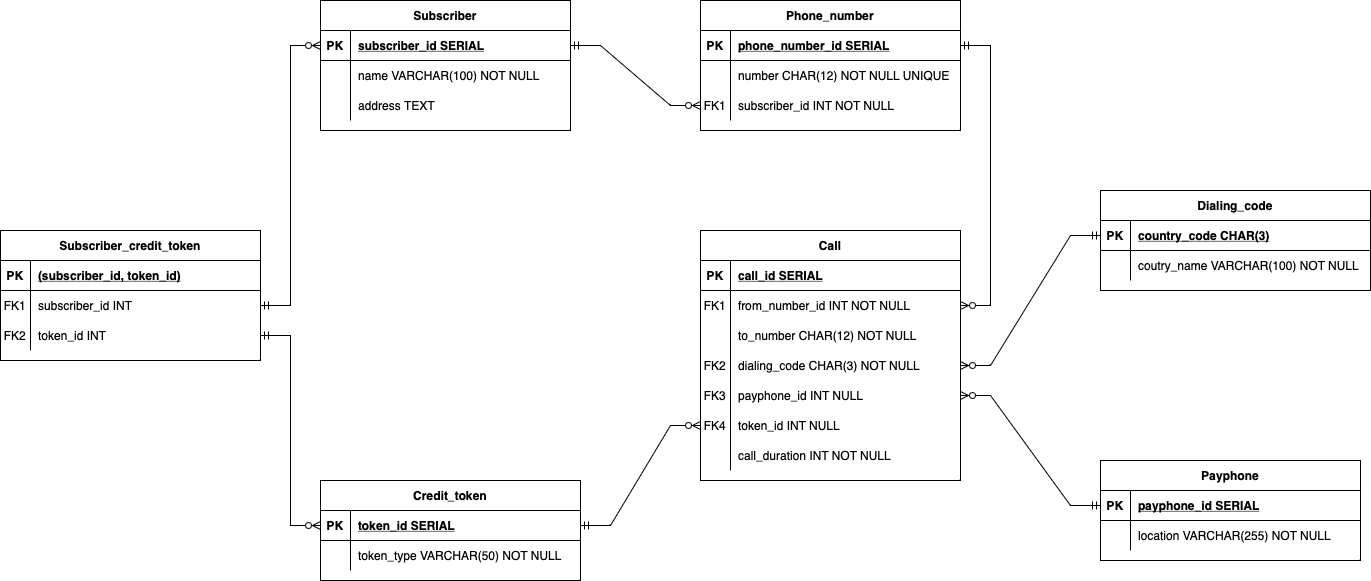
razgonyaevm/lab_bd keeps this draw.io diagram as lab1/diagrams/dl_diagram.drawio.png. Above is the earlier version. Source tidied: cells renumbered, new cells last; positions are measured from the earlier drawing's top-left corner, leaving out a move shared by most shapes.
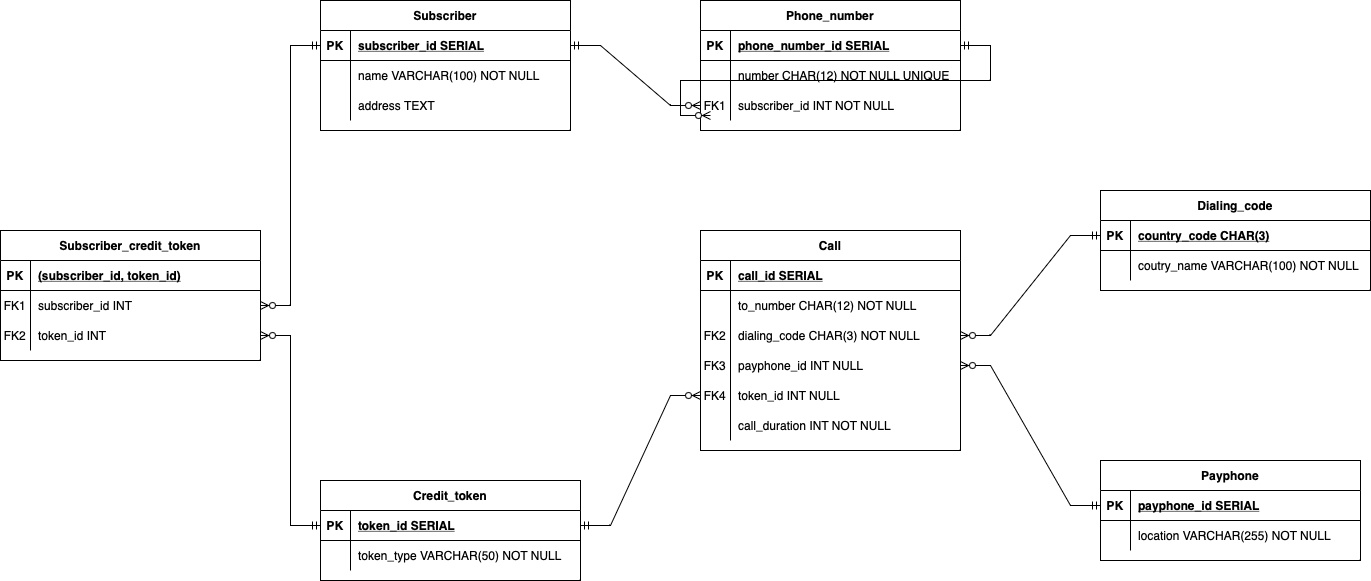
After the commit.

Commit message:
Updated datalogical diagram for lab1

Diff of the diagram source:
```diff
@@ -129,7 +129,7 @@
       <mxGeometry x="30" width="230" height="30" as="geometry" />
     </mxCell>
     <mxCell id="44" value="Call" style="shape=table;startSize=30;rowLines=0;fontStyle=1;align=center;" parent="1" vertex="1">
-      <mxGeometry x="700" y="230" width="260" height="250" as="geometry" />
+      <mxGeometry x="700" y="230" width="260" height="220" as="geometry" />
     </mxCell>
     <mxCell id="45" style="shape=partialRectangle;fillColor=none;top=0;left=0;right=0;bottom=1;" parent="44" vertex="1">
       <mxGeometry y="30" width="260" height="30" as="geometry" />
@@ -140,17 +140,8 @@
     <mxCell id="47" value="call_id SERIAL" style="shape=partialRectangle;overflow=hidden;fillColor=none;top=0;left=0;bottom=0;right=0;align=left;spacingLeft=6;fontStyle=5;" parent="45" vertex="1">
       <mxGeometry x="30" width="230" height="30" as="geometry" />
     </mxCell>
-    <mxCell id="48" style="shape=partialRectangle;fillColor=none;points=[[0,0.5],[1,0.5]];portConstraint=eastwest;top=0;left=0;right=0;bottom=0;" parent="44" vertex="1">
-      <mxGeometry y="60" width="260" height="30" as="geometry" />
-    </mxCell>
-    <mxCell id="49" value="FK1" style="shape=partialRectangle;overflow=hidden;fillColor=none;top=0;left=0;bottom=0;right=0;" parent="48" vertex="1">
-      <mxGeometry width="30" height="30" as="geometry" />
-    </mxCell>
-    <mxCell id="50" value="from_number_id INT NOT NULL" style="shape=partialRectangle;overflow=hidden;fillColor=none;top=0;left=0;bottom=0;right=0;align=left;spacingLeft=6;" parent="48" vertex="1">
-      <mxGeometry x="30" width="230" height="30" as="geometry" />
-    </mxCell>
     <mxCell id="51" style="shape=partialRectangle;fillColor=none;top=0;left=0;right=0;bottom=0;" parent="44" vertex="1">
-      <mxGeometry y="90" width="260" height="30" as="geometry" />
+      <mxGeometry y="60" width="260" height="30" as="geometry" />
     </mxCell>
     <mxCell id="52" style="shape=partialRectangle;overflow=hidden;fillColor=none;top=0;left=0;bottom=0;right=0;" parent="51" vertex="1">
       <mxGeometry width="30" height="30" as="geometry" />
@@ -159,7 +150,7 @@
       <mxGeometry x="30" width="230" height="30" as="geometry" />
     </mxCell>
     <mxCell id="54" style="shape=partialRectangle;fillColor=none;points=[[0,0.5],[1,0.5]];portConstraint=eastwest;top=0;left=0;right=0;bottom=0;" parent="44" vertex="1">
-      <mxGeometry y="120" width="260" height="30" as="geometry" />
+      <mxGeometry y="90" width="260" height="30" as="geometry" />
     </mxCell>
     <mxCell id="55" value="FK2" style="shape=partialRectangle;overflow=hidden;fillColor=none;top=0;left=0;bottom=0;right=0;" parent="54" vertex="1">
       <mxGeometry width="30" height="30" as="geometry" />
@@ -168,7 +159,7 @@
       <mxGeometry x="30" width="230" height="30" as="geometry" />
     </mxCell>
     <mxCell id="57" style="shape=partialRectangle;fillColor=none;points=[[0,0.5],[1,0.5]];portConstraint=eastwest;top=0;left=0;right=0;bottom=0;" parent="44" vertex="1">
-      <mxGeometry y="150" width="260" height="30" as="geometry" />
+      <mxGeometry y="120" width="260" height="30" as="geometry" />
     </mxCell>
     <mxCell id="58" value="FK3" style="shape=partialRectangle;overflow=hidden;fillColor=none;top=0;left=0;bottom=0;right=0;" parent="57" vertex="1">
       <mxGeometry width="30" height="30" as="geometry" />
@@ -177,7 +168,7 @@
       <mxGeometry x="30" width="230" height="30" as="geometry" />
     </mxCell>
     <mxCell id="60" style="shape=partialRectangle;fillColor=none;points=[[0,0.5],[1,0.5]];portConstraint=eastwest;top=0;left=0;right=0;bottom=0;" parent="44" vertex="1">
-      <mxGeometry y="180" width="260" height="30" as="geometry" />
+      <mxGeometry y="150" width="260" height="30" as="geometry" />
     </mxCell>
     <mxCell id="61" value="FK4" style="shape=partialRectangle;overflow=hidden;fillColor=none;top=0;left=0;bottom=0;right=0;" parent="60" vertex="1">
       <mxGeometry width="30" height="30" as="geometry" />
@@ -186,7 +177,7 @@
       <mxGeometry x="30" width="230" height="30" as="geometry" />
     </mxCell>
     <mxCell id="63" style="shape=partialRectangle;fillColor=none;top=0;left=0;right=0;bottom=0;" parent="44" vertex="1">
-      <mxGeometry y="210" width="260" height="30" as="geometry" />
+      <mxGeometry y="180" width="260" height="30" as="geometry" />
     </mxCell>
     <mxCell id="64" style="shape=partialRectangle;overflow=hidden;fillColor=none;top=0;left=0;bottom=0;right=0;" parent="63" vertex="1">
       <mxGeometry width="30" height="30" as="geometry" />
@@ -224,10 +215,10 @@
     <mxCell id="75" value="token_id INT" style="shape=partialRectangle;overflow=hidden;fillColor=none;top=0;left=0;bottom=0;right=0;align=left;spacingLeft=6;" parent="73" vertex="1">
       <mxGeometry x="30" width="230" height="30" as="geometry" />
     </mxCell>
-    <mxCell id="76" style="edgeStyle=entityRelationEdgeStyle;fontSize=12;html=1;endArrow=ERzeroToMany;startArrow=ERmandOne;rounded=0;exitX=1;exitY=0.5;exitDx=0;exitDy=0;entryX=0;entryY=0.5;entryDx=0;entryDy=0;" parent="1" edge="1" source="70" target="20">
+    <mxCell id="76" style="edgeStyle=entityRelationEdgeStyle;fontSize=12;html=1;endArrow=ERzeroToMany;startArrow=ERmandOne;rounded=0;exitX=0;exitY=0.5;exitDx=0;exitDy=0;entryX=1;entryY=0.5;entryDx=0;entryDy=0;" parent="1" edge="1" source="20" target="70">
       <mxGeometry relative="1" as="geometry" />
     </mxCell>
-    <mxCell id="77" style="edgeStyle=entityRelationEdgeStyle;fontSize=12;html=1;endArrow=ERzeroToMany;startArrow=ERmandOne;rounded=0;exitX=1;exitY=0.5;exitDx=0;exitDy=0;entryX=0;entryY=0.5;entryDx=0;entryDy=0;" parent="1" edge="1" source="73" target="38">
+    <mxCell id="77" style="edgeStyle=entityRelationEdgeStyle;fontSize=12;html=1;endArrow=ERzeroToMany;startArrow=ERmandOne;rounded=0;entryX=1;entryY=0.5;entryDx=0;entryDy=0;exitX=0;exitY=0.5;exitDx=0;exitDy=0;" parent="1" edge="1" source="38" target="73">
       <mxGeometry relative="1" as="geometry" />
     </mxCell>
     <mxCell id="78" style="edgeStyle=entityRelationEdgeStyle;fontSize=12;html=1;endArrow=ERzeroToMany;startArrow=ERmandOne;rounded=0;exitX=1;exitY=0.5;exitDx=0;exitDy=0;entryX=0;entryY=0.5;entryDx=0;entryDy=0;" parent="1" edge="1" source="38" target="60">
@@ -239,7 +230,7 @@
     <mxCell id="80" style="edgeStyle=entityRelationEdgeStyle;fontSize=12;html=1;endArrow=ERzeroToMany;startArrow=ERmandOne;rounded=0;exitX=0;exitY=0.5;exitDx=0;exitDy=0;entryX=1;entryY=0.5;entryDx=0;entryDy=0;" parent="1" edge="1" source="13" target="54">
       <mxGeometry relative="1" as="geometry" />
     </mxCell>
-    <mxCell id="81" style="edgeStyle=entityRelationEdgeStyle;fontSize=12;html=1;endArrow=ERzeroToMany;startArrow=ERmandOne;rounded=0;exitX=1;exitY=0.5;exitDx=0;exitDy=0;entryX=1;entryY=0.5;entryDx=0;entryDy=0;" parent="1" edge="1" source="3" target="48">
+    <mxCell id="81" style="edgeStyle=entityRelationEdgeStyle;fontSize=12;html=1;endArrow=ERzeroToMany;startArrow=ERmandOne;rounded=0;exitX=1;exitY=0.5;exitDx=0;exitDy=0;entryX=1;entryY=0.5;entryDx=0;entryDy=0;" parent="1" edge="1" source="3" target="x">
       <mxGeometry relative="1" as="geometry" />
     </mxCell>
   </root>
```
